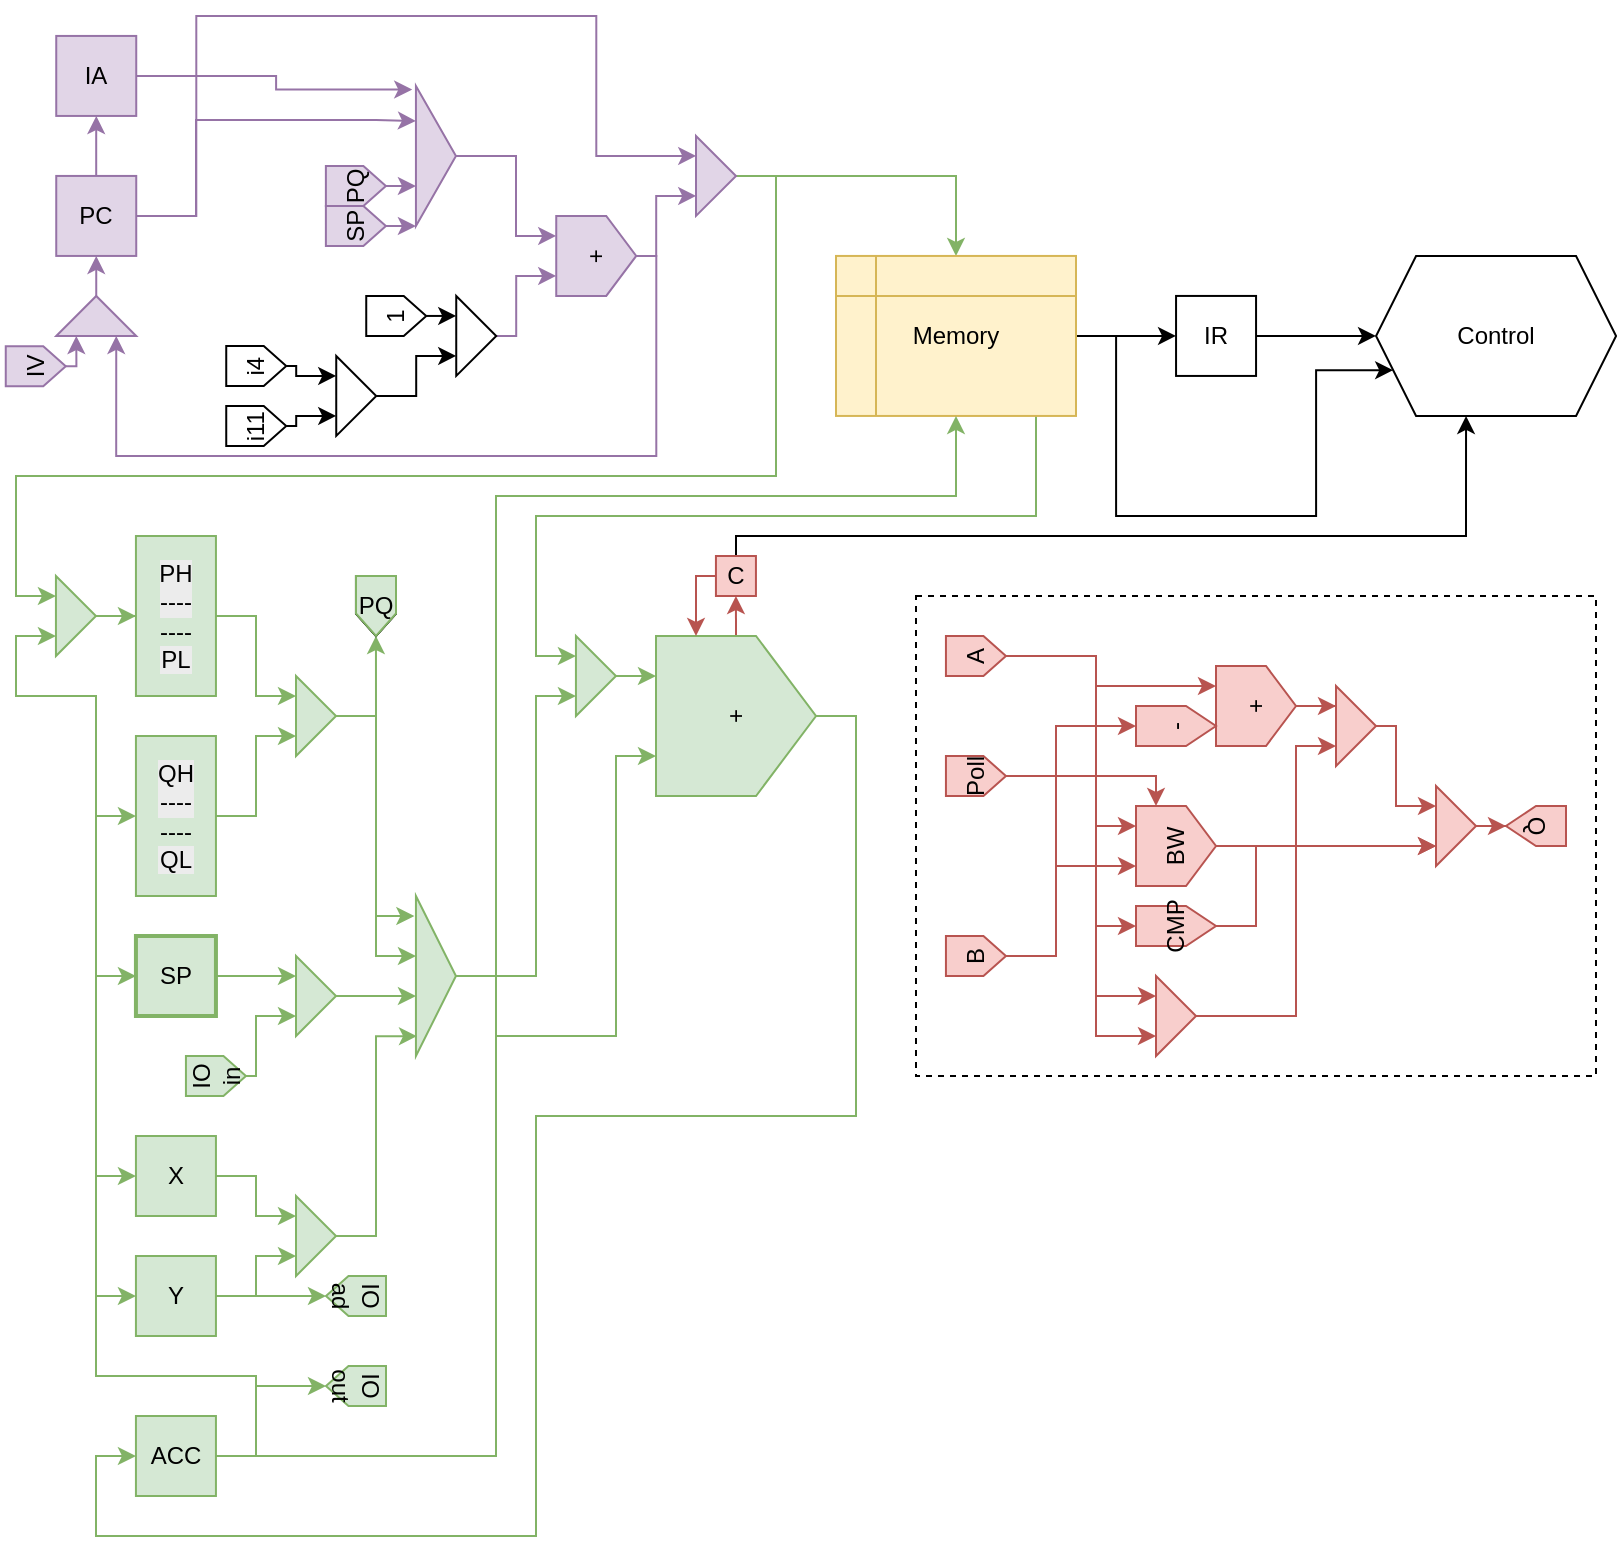
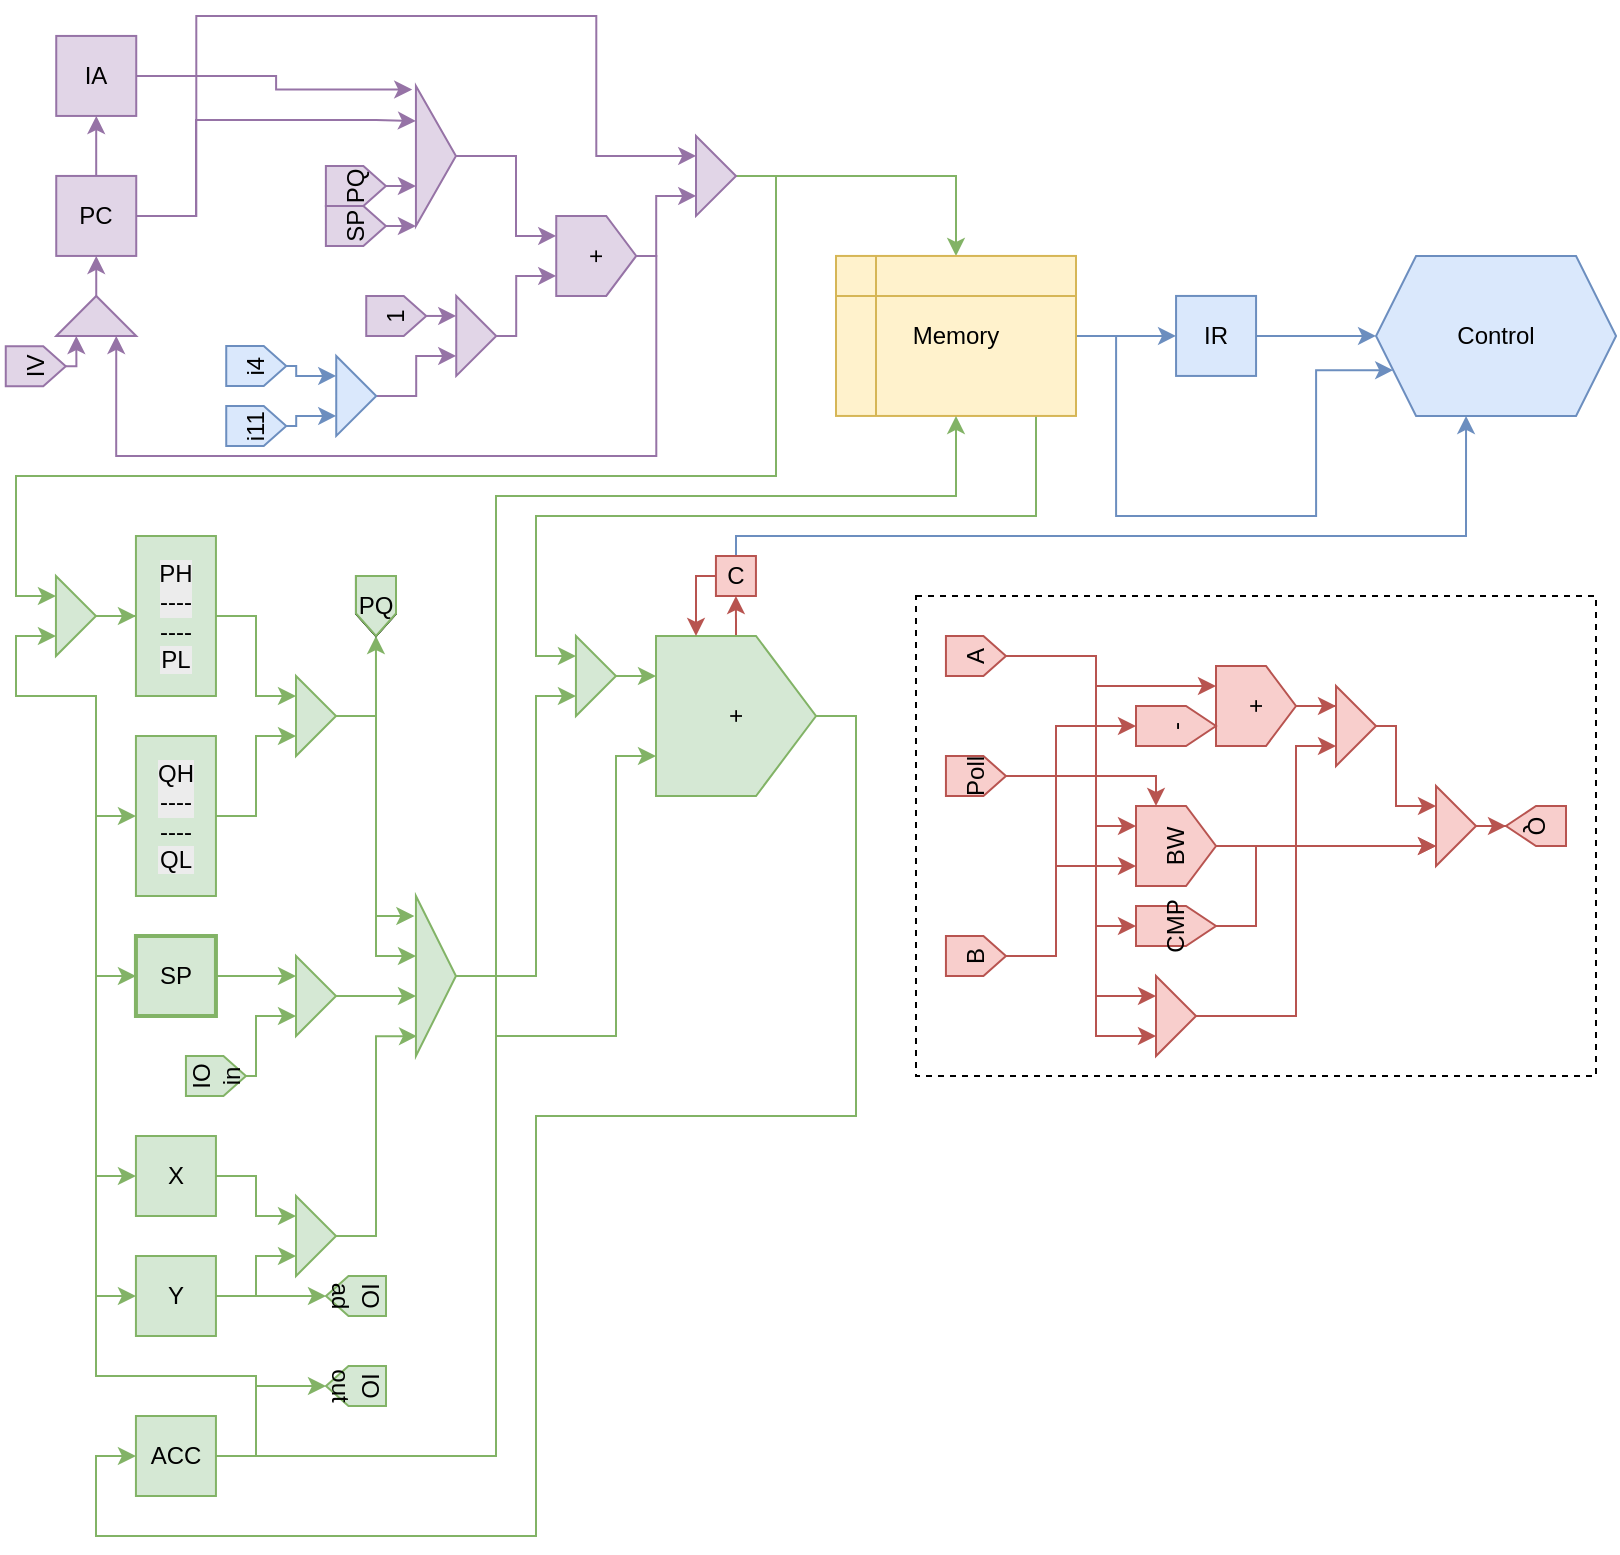
<mxfile host="Electron" agent="Mozilla/5.0 (X11; Linux x86_64) AppleWebKit/537.36 (KHTML, like Gecko) draw.io/29.3.0 Chrome/140.0.7339.249 Electron/38.7.2 Safari/537.36">
  <diagram name="Page-1" id="0T1cLrqxyrK2IeihXZ0G">
-     <mxGraphModel dx="673" dy="724" grid="1" gridSize="10" guides="1" tooltips="1" connect="1" arrows="1" fold="1" page="1" pageScale="1" pageWidth="850" pageHeight="1100" math="0" shadow="0">
+     <mxGraphModel dx="1414" dy="856" grid="1" gridSize="10" guides="1" tooltips="1" connect="1" arrows="1" fold="1" page="1" pageScale="1" pageWidth="850" pageHeight="1100" math="0" shadow="0">
      <root>
        <mxCell id="0" />
        <mxCell id="1" parent="0" />
        <mxCell id="RSVoAMM-YCQZnjBwv_DF-35" parent="1" style="rounded=0;whiteSpace=wrap;html=1;dashed=1;fillColor=none;" value="" vertex="1">
          <mxGeometry height="240" width="340" x="490" y="310" as="geometry" />
        </mxCell>
        <mxCell id="1icYn6jTHXc3_Vs5W4Qy-4" edge="1" parent="1" source="1icYn6jTHXc3_Vs5W4Qy-2" style="edgeStyle=orthogonalEdgeStyle;rounded=0;orthogonalLoop=1;jettySize=auto;html=1;fillColor=#e1d5e7;strokeColor=#9673a6;">
          <mxGeometry relative="1" as="geometry">
            <mxPoint x="80.15" y="70" as="targetPoint" />
          </mxGeometry>
        </mxCell>
        <mxCell id="-Gi4aZ1G2hrnsYfgi-0J-2" edge="1" parent="1" source="1icYn6jTHXc3_Vs5W4Qy-2" style="edgeStyle=orthogonalEdgeStyle;rounded=0;orthogonalLoop=1;jettySize=auto;html=1;exitX=1;exitY=0.5;exitDx=0;exitDy=0;entryX=0;entryY=0.25;entryDx=0;entryDy=0;fillColor=#e1d5e7;strokeColor=#9673a6;" target="-Gi4aZ1G2hrnsYfgi-0J-6">
          <mxGeometry relative="1" as="geometry">
            <Array as="points">
              <mxPoint x="130" y="120" />
              <mxPoint x="130" y="72" />
              <mxPoint x="220" y="72" />
            </Array>
            <mxPoint x="200.12" y="69.97000000000003" as="targetPoint" />
          </mxGeometry>
        </mxCell>
        <mxCell id="1icYn6jTHXc3_Vs5W4Qy-2" parent="1" style="whiteSpace=wrap;html=1;aspect=fixed;fillColor=#e1d5e7;strokeColor=#9673a6;" value="PC" vertex="1">
          <mxGeometry height="40" width="40" x="60.12" y="99.97" as="geometry" />
        </mxCell>
        <mxCell id="-Gi4aZ1G2hrnsYfgi-0J-3" edge="1" parent="1" source="1icYn6jTHXc3_Vs5W4Qy-3" style="edgeStyle=orthogonalEdgeStyle;rounded=0;orthogonalLoop=1;jettySize=auto;html=1;exitX=1;exitY=0.5;exitDx=0;exitDy=0;entryX=-0.093;entryY=0.026;entryDx=0;entryDy=0;entryPerimeter=0;fillColor=#e1d5e7;strokeColor=#9673a6;" target="-Gi4aZ1G2hrnsYfgi-0J-6">
          <mxGeometry relative="1" as="geometry">
            <mxPoint x="200.12" y="49.97000000000003" as="targetPoint" />
          </mxGeometry>
        </mxCell>
        <mxCell id="1icYn6jTHXc3_Vs5W4Qy-3" parent="1" style="whiteSpace=wrap;html=1;aspect=fixed;fillColor=#e1d5e7;strokeColor=#9673a6;" value="IA" vertex="1">
          <mxGeometry height="40" width="40" x="60.12" y="29.97" as="geometry" />
        </mxCell>
        <mxCell id="1icYn6jTHXc3_Vs5W4Qy-6" edge="1" parent="1" source="RSVoAMM-YCQZnjBwv_DF-5" style="edgeStyle=orthogonalEdgeStyle;rounded=0;orthogonalLoop=1;jettySize=auto;html=1;entryX=0.5;entryY=1;entryDx=0;entryDy=0;exitX=1;exitY=0.5;exitDx=0;exitDy=0;fillColor=#e1d5e7;strokeColor=#9673a6;" target="1icYn6jTHXc3_Vs5W4Qy-2">
          <mxGeometry relative="1" as="geometry">
            <mxPoint x="80.13000500250135" y="159.97500250125063" as="sourcePoint" />
          </mxGeometry>
        </mxCell>
        <mxCell id="1icYn6jTHXc3_Vs5W4Qy-13" edge="1" parent="1" source="-Gi4aZ1G2hrnsYfgi-0J-6" style="edgeStyle=orthogonalEdgeStyle;rounded=0;orthogonalLoop=1;jettySize=auto;html=1;entryX=0.75;entryY=0;entryDx=0;entryDy=0;fillColor=#e1d5e7;strokeColor=#9673a6;exitX=1;exitY=0.5;exitDx=0;exitDy=0;" target="1icYn6jTHXc3_Vs5W4Qy-12">
          <mxGeometry relative="1" as="geometry">
            <Array as="points">
              <mxPoint x="260" y="90" />
              <mxPoint x="290" y="90" />
              <mxPoint x="290" y="130" />
            </Array>
            <mxPoint x="280.0899999999999" y="90" as="sourcePoint" />
          </mxGeometry>
        </mxCell>
        <mxCell id="1icYn6jTHXc3_Vs5W4Qy-33" edge="1" parent="1" source="1icYn6jTHXc3_Vs5W4Qy-2" style="edgeStyle=orthogonalEdgeStyle;rounded=0;orthogonalLoop=1;jettySize=auto;html=1;exitX=1;exitY=0.5;exitDx=0;exitDy=0;entryX=0;entryY=0.25;entryDx=0;entryDy=0;fillColor=#e1d5e7;strokeColor=#9673a6;">
          <mxGeometry relative="1" as="geometry">
            <Array as="points">
              <mxPoint x="130.15" y="120" />
              <mxPoint x="130.15" y="20" />
              <mxPoint x="330.15" y="20" />
              <mxPoint x="330.15" y="90" />
            </Array>
            <mxPoint x="380.12" y="89.97000000000003" as="targetPoint" />
          </mxGeometry>
        </mxCell>
        <mxCell id="1icYn6jTHXc3_Vs5W4Qy-32" edge="1" parent="1" source="1icYn6jTHXc3_Vs5W4Qy-12" style="edgeStyle=orthogonalEdgeStyle;rounded=0;orthogonalLoop=1;jettySize=auto;html=1;entryX=0;entryY=0.75;entryDx=0;entryDy=0;fillColor=#e1d5e7;strokeColor=#9673a6;">
          <mxGeometry relative="1" as="geometry">
            <Array as="points">
              <mxPoint x="360.12" y="139.97" />
              <mxPoint x="360.12" y="109.97" />
            </Array>
            <mxPoint x="380.12" y="109.97000000000003" as="targetPoint" />
          </mxGeometry>
        </mxCell>
        <mxCell id="-Gi4aZ1G2hrnsYfgi-0J-4" edge="1" parent="1" source="1icYn6jTHXc3_Vs5W4Qy-12" style="edgeStyle=orthogonalEdgeStyle;rounded=0;orthogonalLoop=1;jettySize=auto;html=1;exitX=0.5;exitY=1;exitDx=0;exitDy=0;entryX=0;entryY=0.75;entryDx=0;entryDy=0;fillColor=#e1d5e7;strokeColor=#9673a6;" target="RSVoAMM-YCQZnjBwv_DF-5">
          <mxGeometry relative="1" as="geometry">
            <Array as="points">
              <mxPoint x="360.15" y="140" />
              <mxPoint x="360.15" y="240" />
              <mxPoint x="90.15" y="240" />
            </Array>
          </mxGeometry>
        </mxCell>
        <mxCell id="1icYn6jTHXc3_Vs5W4Qy-12" parent="1" style="shape=offPageConnector;whiteSpace=wrap;html=1;rotation=-90;fillColor=#e1d5e7;strokeColor=#9673a6;" value="+" vertex="1">
          <mxGeometry height="40" width="40" x="310.12" y="119.97" as="geometry" />
        </mxCell>
        <mxCell id="1icYn6jTHXc3_Vs5W4Qy-15" edge="1" parent="1" source="1icYn6jTHXc3_Vs5W4Qy-14" style="edgeStyle=orthogonalEdgeStyle;rounded=0;orthogonalLoop=1;jettySize=auto;html=1;exitX=0.5;exitY=1;exitDx=0;exitDy=0;entryX=0;entryY=0.25;entryDx=0;entryDy=0;fillColor=#e1d5e7;strokeColor=#9673a6;">
          <mxGeometry relative="1" as="geometry">
            <mxPoint x="239.97" y="105" as="targetPoint" />
          </mxGeometry>
        </mxCell>
        <mxCell id="1icYn6jTHXc3_Vs5W4Qy-14" parent="1" style="shape=offPageConnector;whiteSpace=wrap;html=1;rotation=-90;fillColor=#e1d5e7;strokeColor=#9673a6;" value="PQ" vertex="1">
          <mxGeometry height="30" width="20" x="199.94" y="89.97" as="geometry" />
        </mxCell>
        <mxCell id="1icYn6jTHXc3_Vs5W4Qy-17" edge="1" parent="1" source="1icYn6jTHXc3_Vs5W4Qy-16" style="edgeStyle=orthogonalEdgeStyle;rounded=0;orthogonalLoop=1;jettySize=auto;html=1;exitX=0.5;exitY=1;exitDx=0;exitDy=0;entryX=0;entryY=0.75;entryDx=0;entryDy=0;fillColor=#e1d5e7;strokeColor=#9673a6;">
          <mxGeometry relative="1" as="geometry">
            <mxPoint x="239.97" y="125" as="targetPoint" />
          </mxGeometry>
        </mxCell>
        <mxCell id="1icYn6jTHXc3_Vs5W4Qy-16" parent="1" style="shape=offPageConnector;whiteSpace=wrap;html=1;rotation=-90;fillColor=#e1d5e7;strokeColor=#9673a6;" value="SP" vertex="1">
          <mxGeometry height="30" width="20" x="199.94" y="109.97" as="geometry" />
        </mxCell>
        <mxCell id="1icYn6jTHXc3_Vs5W4Qy-19" edge="1" parent="1" source="1icYn6jTHXc3_Vs5W4Qy-18" style="edgeStyle=orthogonalEdgeStyle;rounded=0;orthogonalLoop=1;jettySize=auto;html=1;entryX=0.25;entryY=0;entryDx=0;entryDy=0;fillColor=#e1d5e7;strokeColor=#9673a6;" target="1icYn6jTHXc3_Vs5W4Qy-12">
          <mxGeometry relative="1" as="geometry">
            <Array as="points">
              <mxPoint x="290.12" y="179.97" />
              <mxPoint x="290.12" y="149.97" />
            </Array>
          </mxGeometry>
        </mxCell>
-         <mxCell id="1icYn6jTHXc3_Vs5W4Qy-18" parent="1" style="triangle;whiteSpace=wrap;html=1;" value="" vertex="1">
+         <mxCell id="1icYn6jTHXc3_Vs5W4Qy-18" parent="1" style="triangle;whiteSpace=wrap;html=1;fillColor=#e1d5e7;strokeColor=#9673a6;" value="" vertex="1">
          <mxGeometry height="40" width="20" x="260.12" y="159.97" as="geometry" />
        </mxCell>
-         <mxCell id="1icYn6jTHXc3_Vs5W4Qy-21" edge="1" parent="1" source="1icYn6jTHXc3_Vs5W4Qy-20" style="edgeStyle=orthogonalEdgeStyle;rounded=0;orthogonalLoop=1;jettySize=auto;html=1;exitX=0.5;exitY=1;exitDx=0;exitDy=0;entryX=0;entryY=0.25;entryDx=0;entryDy=0;" target="1icYn6jTHXc3_Vs5W4Qy-18">
-           <mxGeometry relative="1" as="geometry" />
-         </mxCell>
-         <mxCell id="1icYn6jTHXc3_Vs5W4Qy-20" parent="1" style="shape=offPageConnector;whiteSpace=wrap;html=1;rotation=-90;" value="1" vertex="1">
+         <mxCell id="1icYn6jTHXc3_Vs5W4Qy-21" edge="1" parent="1" source="1icYn6jTHXc3_Vs5W4Qy-20" style="edgeStyle=orthogonalEdgeStyle;rounded=0;orthogonalLoop=1;jettySize=auto;html=1;exitX=0.5;exitY=1;exitDx=0;exitDy=0;entryX=0;entryY=0.25;entryDx=0;entryDy=0;fillColor=#e1d5e7;strokeColor=#9673a6;" target="1icYn6jTHXc3_Vs5W4Qy-18">
+           <mxGeometry relative="1" as="geometry" />
+         </mxCell>
+         <mxCell id="1icYn6jTHXc3_Vs5W4Qy-20" parent="1" style="shape=offPageConnector;whiteSpace=wrap;html=1;rotation=-90;fillColor=#e1d5e7;strokeColor=#9673a6;" value="1" vertex="1">
          <mxGeometry height="30" width="20" x="220.12" y="154.97" as="geometry" />
        </mxCell>
-         <mxCell id="1icYn6jTHXc3_Vs5W4Qy-24" edge="1" parent="1" source="1icYn6jTHXc3_Vs5W4Qy-23" style="edgeStyle=orthogonalEdgeStyle;rounded=0;orthogonalLoop=1;jettySize=auto;html=1;entryX=0;entryY=0.75;entryDx=0;entryDy=0;" target="1icYn6jTHXc3_Vs5W4Qy-18">
-           <mxGeometry relative="1" as="geometry" />
-         </mxCell>
-         <mxCell id="1icYn6jTHXc3_Vs5W4Qy-23" parent="1" style="triangle;whiteSpace=wrap;html=1;" value="" vertex="1">
+         <mxCell id="1icYn6jTHXc3_Vs5W4Qy-24" edge="1" parent="1" source="1icYn6jTHXc3_Vs5W4Qy-23" style="edgeStyle=orthogonalEdgeStyle;rounded=0;orthogonalLoop=1;jettySize=auto;html=1;entryX=0;entryY=0.75;entryDx=0;entryDy=0;fillColor=#e1d5e7;strokeColor=#9673a6;" target="1icYn6jTHXc3_Vs5W4Qy-18">
+           <mxGeometry relative="1" as="geometry" />
+         </mxCell>
+         <mxCell id="1icYn6jTHXc3_Vs5W4Qy-23" parent="1" style="triangle;whiteSpace=wrap;html=1;fillColor=#dae8fc;strokeColor=#6c8ebf;" value="" vertex="1">
          <mxGeometry height="40" width="20" x="200.12" y="189.97" as="geometry" />
        </mxCell>
-         <mxCell id="1icYn6jTHXc3_Vs5W4Qy-26" edge="1" parent="1" source="1icYn6jTHXc3_Vs5W4Qy-25" style="edgeStyle=orthogonalEdgeStyle;rounded=0;orthogonalLoop=1;jettySize=auto;html=1;">
+         <mxCell id="1icYn6jTHXc3_Vs5W4Qy-26" edge="1" parent="1" source="1icYn6jTHXc3_Vs5W4Qy-25" style="edgeStyle=orthogonalEdgeStyle;rounded=0;orthogonalLoop=1;jettySize=auto;html=1;fillColor=#dae8fc;strokeColor=#6c8ebf;">
          <mxGeometry relative="1" as="geometry">
            <Array as="points">
              <mxPoint x="180.12" y="194.97" />
              <mxPoint x="180.12" y="199.97" />
            </Array>
            <mxPoint x="200.12" y="199.97" as="targetPoint" />
          </mxGeometry>
        </mxCell>
-         <mxCell id="1icYn6jTHXc3_Vs5W4Qy-25" parent="1" style="shape=offPageConnector;whiteSpace=wrap;html=1;rotation=-90;" value="i4" vertex="1">
+         <mxCell id="1icYn6jTHXc3_Vs5W4Qy-25" parent="1" style="shape=offPageConnector;whiteSpace=wrap;html=1;rotation=-90;fillColor=#dae8fc;strokeColor=#6c8ebf;" value="i4" vertex="1">
          <mxGeometry height="30" width="20" x="150.12" y="179.97" as="geometry" />
        </mxCell>
-         <mxCell id="1icYn6jTHXc3_Vs5W4Qy-28" edge="1" parent="1" source="1icYn6jTHXc3_Vs5W4Qy-27" style="edgeStyle=orthogonalEdgeStyle;rounded=0;orthogonalLoop=1;jettySize=auto;html=1;entryX=0;entryY=0.75;entryDx=0;entryDy=0;" target="1icYn6jTHXc3_Vs5W4Qy-23">
+         <mxCell id="1icYn6jTHXc3_Vs5W4Qy-28" edge="1" parent="1" source="1icYn6jTHXc3_Vs5W4Qy-27" style="edgeStyle=orthogonalEdgeStyle;rounded=0;orthogonalLoop=1;jettySize=auto;html=1;entryX=0;entryY=0.75;entryDx=0;entryDy=0;fillColor=#dae8fc;strokeColor=#6c8ebf;" target="1icYn6jTHXc3_Vs5W4Qy-23">
          <mxGeometry relative="1" as="geometry">
            <Array as="points">
              <mxPoint x="180.12" y="224.97" />
              <mxPoint x="180.12" y="219.97" />
            </Array>
          </mxGeometry>
        </mxCell>
-         <mxCell id="1icYn6jTHXc3_Vs5W4Qy-27" parent="1" style="shape=offPageConnector;whiteSpace=wrap;html=1;rotation=-90;" value="i11" vertex="1">
+         <mxCell id="1icYn6jTHXc3_Vs5W4Qy-27" parent="1" style="shape=offPageConnector;whiteSpace=wrap;html=1;rotation=-90;fillColor=#dae8fc;strokeColor=#6c8ebf;" value="i11" vertex="1">
          <mxGeometry height="30" width="20" x="150.12" y="209.97" as="geometry" />
        </mxCell>
        <mxCell id="1icYn6jTHXc3_Vs5W4Qy-29" parent="1" style="shape=offPageConnector;whiteSpace=wrap;html=1;rotation=-90;fillColor=#e1d5e7;strokeColor=#9673a6;" value="IV" vertex="1">
          <mxGeometry height="30" width="20" x="39.88" y="180.09" as="geometry" />
        </mxCell>
        <mxCell id="1icYn6jTHXc3_Vs5W4Qy-30" edge="1" parent="1" source="1icYn6jTHXc3_Vs5W4Qy-29" style="edgeStyle=orthogonalEdgeStyle;rounded=0;orthogonalLoop=1;jettySize=auto;html=1;fillColor=#e1d5e7;strokeColor=#9673a6;">
          <mxGeometry relative="1" as="geometry">
            <Array as="points">
              <mxPoint x="69.91" y="195.12" />
            </Array>
            <mxPoint x="70.15" y="180" as="targetPoint" />
          </mxGeometry>
        </mxCell>
        <mxCell id="1icYn6jTHXc3_Vs5W4Qy-37" edge="1" parent="1" source="1icYn6jTHXc3_Vs5W4Qy-31" style="edgeStyle=orthogonalEdgeStyle;rounded=0;orthogonalLoop=1;jettySize=auto;html=1;fillColor=#d5e8d4;strokeColor=#82b366;" target="1icYn6jTHXc3_Vs5W4Qy-36">
          <mxGeometry relative="1" as="geometry">
            <Array as="points">
              <mxPoint x="510" y="99.97" />
            </Array>
          </mxGeometry>
        </mxCell>
        <mxCell id="-Gi4aZ1G2hrnsYfgi-0J-5" edge="1" parent="1" source="1icYn6jTHXc3_Vs5W4Qy-31" style="edgeStyle=orthogonalEdgeStyle;rounded=0;orthogonalLoop=1;jettySize=auto;html=1;entryX=0;entryY=0.25;entryDx=0;entryDy=0;fillColor=#d5e8d4;strokeColor=#82b366;" target="1icYn6jTHXc3_Vs5W4Qy-49">
          <mxGeometry relative="1" as="geometry">
            <Array as="points">
              <mxPoint x="420" y="100" />
              <mxPoint x="420" y="250" />
              <mxPoint x="40" y="250" />
              <mxPoint x="40" y="310" />
            </Array>
          </mxGeometry>
        </mxCell>
        <mxCell id="1icYn6jTHXc3_Vs5W4Qy-31" parent="1" style="triangle;whiteSpace=wrap;html=1;fillColor=#e1d5e7;strokeColor=#9673a6;" value="" vertex="1">
          <mxGeometry height="40" width="20" x="380" y="79.97" as="geometry" />
        </mxCell>
-         <mxCell id="1icYn6jTHXc3_Vs5W4Qy-39" edge="1" parent="1" source="1icYn6jTHXc3_Vs5W4Qy-36" style="edgeStyle=orthogonalEdgeStyle;rounded=0;orthogonalLoop=1;jettySize=auto;html=1;entryX=0;entryY=0.5;entryDx=0;entryDy=0;" target="1icYn6jTHXc3_Vs5W4Qy-38">
-           <mxGeometry relative="1" as="geometry" />
-         </mxCell>
-         <mxCell id="1icYn6jTHXc3_Vs5W4Qy-41" edge="1" parent="1" source="1icYn6jTHXc3_Vs5W4Qy-36" style="edgeStyle=orthogonalEdgeStyle;rounded=0;orthogonalLoop=1;jettySize=auto;html=1;exitX=1;exitY=0.5;exitDx=0;exitDy=0;entryX=0;entryY=0.75;entryDx=0;entryDy=0;" target="1icYn6jTHXc3_Vs5W4Qy-40">
+         <mxCell id="1icYn6jTHXc3_Vs5W4Qy-39" edge="1" parent="1" source="1icYn6jTHXc3_Vs5W4Qy-36" style="edgeStyle=orthogonalEdgeStyle;rounded=0;orthogonalLoop=1;jettySize=auto;html=1;entryX=0;entryY=0.5;entryDx=0;entryDy=0;fillColor=#dae8fc;strokeColor=#6c8ebf;" target="1icYn6jTHXc3_Vs5W4Qy-38">
+           <mxGeometry relative="1" as="geometry" />
+         </mxCell>
+         <mxCell id="1icYn6jTHXc3_Vs5W4Qy-41" edge="1" parent="1" source="1icYn6jTHXc3_Vs5W4Qy-36" style="edgeStyle=orthogonalEdgeStyle;rounded=0;orthogonalLoop=1;jettySize=auto;html=1;exitX=1;exitY=0.5;exitDx=0;exitDy=0;entryX=0;entryY=0.75;entryDx=0;entryDy=0;fillColor=#dae8fc;strokeColor=#6c8ebf;" target="1icYn6jTHXc3_Vs5W4Qy-40">
          <mxGeometry relative="1" as="geometry">
            <Array as="points">
              <mxPoint x="590.03" y="180" />
              <mxPoint x="590.03" y="270" />
              <mxPoint x="690.03" y="270" />
              <mxPoint x="690.03" y="197" />
            </Array>
          </mxGeometry>
        </mxCell>
        <mxCell id="1icYn6jTHXc3_Vs5W4Qy-92" edge="1" parent="1" source="1icYn6jTHXc3_Vs5W4Qy-36" style="edgeStyle=orthogonalEdgeStyle;rounded=0;orthogonalLoop=1;jettySize=auto;html=1;exitX=1;exitY=0.5;exitDx=0;exitDy=0;entryX=0;entryY=0.25;entryDx=0;entryDy=0;fillColor=#d5e8d4;strokeColor=#82b366;" target="1icYn6jTHXc3_Vs5W4Qy-89">
          <mxGeometry relative="1" as="geometry">
            <Array as="points">
              <mxPoint x="550" y="180" />
              <mxPoint x="550" y="270" />
              <mxPoint x="300" y="270" />
              <mxPoint x="300" y="340" />
            </Array>
          </mxGeometry>
        </mxCell>
        <mxCell id="1icYn6jTHXc3_Vs5W4Qy-36" parent="1" style="shape=internalStorage;whiteSpace=wrap;html=1;backgroundOutline=1;fillColor=#fff2cc;strokeColor=#d6b656;" value="Memory" vertex="1">
          <mxGeometry height="80" width="120" x="450" y="139.97" as="geometry" />
        </mxCell>
-         <mxCell id="1icYn6jTHXc3_Vs5W4Qy-43" edge="1" parent="1" source="1icYn6jTHXc3_Vs5W4Qy-38" style="edgeStyle=orthogonalEdgeStyle;rounded=0;orthogonalLoop=1;jettySize=auto;html=1;entryX=0;entryY=0.5;entryDx=0;entryDy=0;" target="1icYn6jTHXc3_Vs5W4Qy-40">
-           <mxGeometry relative="1" as="geometry" />
-         </mxCell>
-         <mxCell id="1icYn6jTHXc3_Vs5W4Qy-38" parent="1" style="whiteSpace=wrap;html=1;aspect=fixed;" value="IR" vertex="1">
+         <mxCell id="1icYn6jTHXc3_Vs5W4Qy-43" edge="1" parent="1" source="1icYn6jTHXc3_Vs5W4Qy-38" style="edgeStyle=orthogonalEdgeStyle;rounded=0;orthogonalLoop=1;jettySize=auto;html=1;entryX=0;entryY=0.5;entryDx=0;entryDy=0;fillColor=#dae8fc;strokeColor=#6c8ebf;" target="1icYn6jTHXc3_Vs5W4Qy-40">
+           <mxGeometry relative="1" as="geometry" />
+         </mxCell>
+         <mxCell id="1icYn6jTHXc3_Vs5W4Qy-38" parent="1" style="whiteSpace=wrap;html=1;aspect=fixed;fillColor=#dae8fc;strokeColor=#6c8ebf;" value="IR" vertex="1">
          <mxGeometry height="40" width="40" x="620.03" y="159.97" as="geometry" />
        </mxCell>
-         <mxCell id="1icYn6jTHXc3_Vs5W4Qy-40" parent="1" style="shape=hexagon;perimeter=hexagonPerimeter2;whiteSpace=wrap;html=1;fixedSize=1;" value="Control" vertex="1">
+         <mxCell id="1icYn6jTHXc3_Vs5W4Qy-40" parent="1" style="shape=hexagon;perimeter=hexagonPerimeter2;whiteSpace=wrap;html=1;fixedSize=1;fillColor=#dae8fc;strokeColor=#6c8ebf;" value="Control" vertex="1">
          <mxGeometry height="80" width="120" x="720.03" y="139.97" as="geometry" />
        </mxCell>
        <mxCell id="1icYn6jTHXc3_Vs5W4Qy-55" edge="1" parent="1" source="1icYn6jTHXc3_Vs5W4Qy-47" style="edgeStyle=orthogonalEdgeStyle;rounded=0;orthogonalLoop=1;jettySize=auto;html=1;exitX=1;exitY=0.5;exitDx=0;exitDy=0;entryX=0;entryY=0.25;entryDx=0;entryDy=0;fillColor=#d5e8d4;strokeColor=#82b366;" target="1icYn6jTHXc3_Vs5W4Qy-54">
          <mxGeometry relative="1" as="geometry">
            <Array as="points">
              <mxPoint x="160" y="320" />
              <mxPoint x="160" y="360" />
            </Array>
          </mxGeometry>
        </mxCell>
        <mxCell id="1icYn6jTHXc3_Vs5W4Qy-47" parent="1" style="rounded=0;whiteSpace=wrap;html=1;fillColor=#d5e8d4;strokeColor=#82b366;" value="&lt;span style=&quot;color: rgb(0, 0, 0); font-family: Helvetica; font-size: 12px; font-style: normal; font-variant-ligatures: normal; font-variant-caps: normal; font-weight: 400; letter-spacing: normal; orphans: 2; text-align: center; text-indent: 0px; text-transform: none; widows: 2; word-spacing: 0px; -webkit-text-stroke-width: 0px; white-space: normal; background-color: rgb(236, 236, 236); text-decoration-thickness: initial; text-decoration-style: initial; text-decoration-color: initial; display: inline !important; float: none;&quot;&gt;PH&lt;/span&gt;&lt;div style=&quot;forced-color-adjust: none; color: rgb(0, 0, 0); font-family: Helvetica; font-size: 12px; font-style: normal; font-variant-ligatures: normal; font-variant-caps: normal; font-weight: 400; letter-spacing: normal; orphans: 2; text-align: center; text-indent: 0px; text-transform: none; widows: 2; word-spacing: 0px; -webkit-text-stroke-width: 0px; white-space: normal; background-color: rgb(236, 236, 236); text-decoration-thickness: initial; text-decoration-style: initial; text-decoration-color: initial;&quot;&gt;----&lt;/div&gt;----&lt;div style=&quot;forced-color-adjust: none; color: rgb(0, 0, 0); font-family: Helvetica; font-size: 12px; font-style: normal; font-variant-ligatures: normal; font-variant-caps: normal; font-weight: 400; letter-spacing: normal; orphans: 2; text-align: center; text-indent: 0px; text-transform: none; widows: 2; word-spacing: 0px; -webkit-text-stroke-width: 0px; white-space: normal; background-color: rgb(236, 236, 236); text-decoration-thickness: initial; text-decoration-style: initial; text-decoration-color: initial;&quot;&gt;PL&lt;/div&gt;" vertex="1">
          <mxGeometry height="80" width="40" x="99.97" y="280" as="geometry" />
        </mxCell>
        <mxCell id="1icYn6jTHXc3_Vs5W4Qy-50" edge="1" parent="1" source="1icYn6jTHXc3_Vs5W4Qy-49" style="edgeStyle=orthogonalEdgeStyle;rounded=0;orthogonalLoop=1;jettySize=auto;html=1;entryX=0;entryY=0.5;entryDx=0;entryDy=0;fillColor=#d5e8d4;strokeColor=#82b366;" target="1icYn6jTHXc3_Vs5W4Qy-47">
          <mxGeometry relative="1" as="geometry" />
        </mxCell>
        <mxCell id="1icYn6jTHXc3_Vs5W4Qy-49" parent="1" style="triangle;whiteSpace=wrap;html=1;fillColor=#d5e8d4;strokeColor=#82b366;" value="" vertex="1">
          <mxGeometry height="40" width="20" x="59.97" y="300" as="geometry" />
        </mxCell>
        <mxCell id="1icYn6jTHXc3_Vs5W4Qy-56" edge="1" parent="1" source="1icYn6jTHXc3_Vs5W4Qy-53" style="edgeStyle=orthogonalEdgeStyle;rounded=0;orthogonalLoop=1;jettySize=auto;html=1;entryX=0;entryY=0.75;entryDx=0;entryDy=0;fillColor=#d5e8d4;strokeColor=#82b366;" target="1icYn6jTHXc3_Vs5W4Qy-54">
          <mxGeometry relative="1" as="geometry" />
        </mxCell>
        <mxCell id="1icYn6jTHXc3_Vs5W4Qy-53" parent="1" style="rounded=0;whiteSpace=wrap;html=1;fillColor=#d5e8d4;strokeColor=#82b366;" value="&lt;span style=&quot;color: rgb(0, 0, 0); font-family: Helvetica; font-size: 12px; font-style: normal; font-variant-ligatures: normal; font-variant-caps: normal; font-weight: 400; letter-spacing: normal; orphans: 2; text-align: center; text-indent: 0px; text-transform: none; widows: 2; word-spacing: 0px; -webkit-text-stroke-width: 0px; white-space: normal; background-color: rgb(236, 236, 236); text-decoration-thickness: initial; text-decoration-style: initial; text-decoration-color: initial; display: inline !important; float: none;&quot;&gt;QH&lt;/span&gt;&lt;div style=&quot;forced-color-adjust: none; color: rgb(0, 0, 0); font-family: Helvetica; font-size: 12px; font-style: normal; font-variant-ligatures: normal; font-variant-caps: normal; font-weight: 400; letter-spacing: normal; orphans: 2; text-align: center; text-indent: 0px; text-transform: none; widows: 2; word-spacing: 0px; -webkit-text-stroke-width: 0px; white-space: normal; background-color: rgb(236, 236, 236); text-decoration-thickness: initial; text-decoration-style: initial; text-decoration-color: initial;&quot;&gt;----&lt;/div&gt;----&lt;div style=&quot;forced-color-adjust: none; color: rgb(0, 0, 0); font-family: Helvetica; font-size: 12px; font-style: normal; font-variant-ligatures: normal; font-variant-caps: normal; font-weight: 400; letter-spacing: normal; orphans: 2; text-align: center; text-indent: 0px; text-transform: none; widows: 2; word-spacing: 0px; -webkit-text-stroke-width: 0px; white-space: normal; background-color: rgb(236, 236, 236); text-decoration-thickness: initial; text-decoration-style: initial; text-decoration-color: initial;&quot;&gt;QL&lt;/div&gt;" vertex="1">
          <mxGeometry height="80" width="40" x="99.97" y="380" as="geometry" />
        </mxCell>
        <mxCell id="1icYn6jTHXc3_Vs5W4Qy-57" edge="1" parent="1" source="1icYn6jTHXc3_Vs5W4Qy-54" style="edgeStyle=orthogonalEdgeStyle;rounded=0;orthogonalLoop=1;jettySize=auto;html=1;entryX=0.5;entryY=1;entryDx=0;entryDy=0;fillColor=#d5e8d4;strokeColor=#82b366;" target="1icYn6jTHXc3_Vs5W4Qy-59">
          <mxGeometry relative="1" as="geometry">
            <mxPoint x="220" y="330" as="targetPoint" />
          </mxGeometry>
        </mxCell>
        <mxCell id="1icYn6jTHXc3_Vs5W4Qy-54" parent="1" style="triangle;whiteSpace=wrap;html=1;fillColor=#d5e8d4;strokeColor=#82b366;" value="" vertex="1">
          <mxGeometry height="40" width="20" x="180" y="350" as="geometry" />
        </mxCell>
        <mxCell id="1icYn6jTHXc3_Vs5W4Qy-59" parent="1" style="shape=offPageConnector;whiteSpace=wrap;html=1;rotation=0;" value="PQ" vertex="1">
          <mxGeometry height="30" width="20" x="209.97000000000003" y="300" as="geometry" />
        </mxCell>
        <mxCell id="1icYn6jTHXc3_Vs5W4Qy-91" edge="1" parent="1" source="1icYn6jTHXc3_Vs5W4Qy-60" style="edgeStyle=orthogonalEdgeStyle;rounded=0;orthogonalLoop=1;jettySize=auto;html=1;entryX=0;entryY=0.75;entryDx=0;entryDy=0;fillColor=#d5e8d4;strokeColor=#82b366;" target="1icYn6jTHXc3_Vs5W4Qy-89">
          <mxGeometry relative="1" as="geometry">
            <Array as="points">
              <mxPoint x="300" y="500" />
              <mxPoint x="300" y="360" />
            </Array>
          </mxGeometry>
        </mxCell>
        <mxCell id="1icYn6jTHXc3_Vs5W4Qy-60" parent="1" style="triangle;whiteSpace=wrap;html=1;rotation=0;fillColor=#d5e8d4;strokeColor=#82b366;" value="" vertex="1">
          <mxGeometry height="80" width="20" x="239.97000000000003" y="460" as="geometry" />
        </mxCell>
        <mxCell id="1icYn6jTHXc3_Vs5W4Qy-63" edge="1" parent="1" source="1icYn6jTHXc3_Vs5W4Qy-61" style="edgeStyle=orthogonalEdgeStyle;rounded=0;orthogonalLoop=1;jettySize=auto;html=1;entryX=0;entryY=0.25;entryDx=0;entryDy=0;fillColor=#d5e8d4;strokeColor=#82b366;" target="1icYn6jTHXc3_Vs5W4Qy-62">
          <mxGeometry relative="1" as="geometry" />
        </mxCell>
        <mxCell id="1icYn6jTHXc3_Vs5W4Qy-61" parent="1" style="whiteSpace=wrap;html=1;aspect=fixed;strokeWidth=2;fillColor=#d5e8d4;strokeColor=#82b366;" value="SP" vertex="1">
          <mxGeometry height="40" width="40" x="99.97" y="480" as="geometry" />
        </mxCell>
        <mxCell id="1icYn6jTHXc3_Vs5W4Qy-62" parent="1" style="triangle;whiteSpace=wrap;html=1;fillColor=#d5e8d4;strokeColor=#82b366;" value="" vertex="1">
          <mxGeometry height="40" width="20" x="180" y="490" as="geometry" />
        </mxCell>
        <mxCell id="1icYn6jTHXc3_Vs5W4Qy-64" parent="1" style="shape=offPageConnector;whiteSpace=wrap;html=1;rotation=0;" value="PQ" vertex="1">
          <mxGeometry height="30" width="20" x="210" y="300" as="geometry" />
        </mxCell>
        <mxCell id="1icYn6jTHXc3_Vs5W4Qy-66" edge="1" parent="1" source="1icYn6jTHXc3_Vs5W4Qy-65" style="edgeStyle=orthogonalEdgeStyle;rounded=0;orthogonalLoop=1;jettySize=auto;html=1;entryX=0;entryY=0.75;entryDx=0;entryDy=0;fillColor=#d5e8d4;strokeColor=#82b366;" target="1icYn6jTHXc3_Vs5W4Qy-62">
          <mxGeometry relative="1" as="geometry">
            <Array as="points">
              <mxPoint x="160" y="550" />
              <mxPoint x="160" y="520" />
            </Array>
          </mxGeometry>
        </mxCell>
        <mxCell id="1icYn6jTHXc3_Vs5W4Qy-65" parent="1" style="shape=offPageConnector;whiteSpace=wrap;html=1;rotation=-90;fillColor=#d5e8d4;strokeColor=#82b366;" value="IO&lt;div&gt;in&lt;/div&gt;" vertex="1">
          <mxGeometry height="30" width="20" x="129.97000000000003" y="535" as="geometry" />
        </mxCell>
        <mxCell id="1icYn6jTHXc3_Vs5W4Qy-71" edge="1" parent="1" source="1icYn6jTHXc3_Vs5W4Qy-67" style="edgeStyle=orthogonalEdgeStyle;rounded=0;orthogonalLoop=1;jettySize=auto;html=1;exitX=1;exitY=0.5;exitDx=0;exitDy=0;entryX=0;entryY=0.25;entryDx=0;entryDy=0;fillColor=#d5e8d4;strokeColor=#82b366;" target="1icYn6jTHXc3_Vs5W4Qy-69">
          <mxGeometry relative="1" as="geometry" />
        </mxCell>
        <mxCell id="1icYn6jTHXc3_Vs5W4Qy-67" parent="1" style="whiteSpace=wrap;html=1;aspect=fixed;fillColor=#d5e8d4;strokeColor=#82b366;" value="X" vertex="1">
          <mxGeometry height="40" width="40" x="99.97" y="580" as="geometry" />
        </mxCell>
        <mxCell id="1icYn6jTHXc3_Vs5W4Qy-70" edge="1" parent="1" source="1icYn6jTHXc3_Vs5W4Qy-68" style="edgeStyle=orthogonalEdgeStyle;rounded=0;orthogonalLoop=1;jettySize=auto;html=1;entryX=0;entryY=0.75;entryDx=0;entryDy=0;fillColor=#d5e8d4;strokeColor=#82b366;" target="1icYn6jTHXc3_Vs5W4Qy-69">
          <mxGeometry relative="1" as="geometry" />
        </mxCell>
        <mxCell id="1icYn6jTHXc3_Vs5W4Qy-79" edge="1" parent="1" source="1icYn6jTHXc3_Vs5W4Qy-68" style="edgeStyle=orthogonalEdgeStyle;rounded=0;orthogonalLoop=1;jettySize=auto;html=1;exitX=1;exitY=0.5;exitDx=0;exitDy=0;entryX=0.5;entryY=1;entryDx=0;entryDy=0;fillColor=#d5e8d4;strokeColor=#82b366;" target="1icYn6jTHXc3_Vs5W4Qy-78">
          <mxGeometry relative="1" as="geometry" />
        </mxCell>
        <mxCell id="1icYn6jTHXc3_Vs5W4Qy-68" parent="1" style="whiteSpace=wrap;html=1;aspect=fixed;fillColor=#d5e8d4;strokeColor=#82b366;" value="Y" vertex="1">
          <mxGeometry height="40" width="40" x="99.97" y="640" as="geometry" />
        </mxCell>
        <mxCell id="1icYn6jTHXc3_Vs5W4Qy-69" parent="1" style="triangle;whiteSpace=wrap;html=1;fillColor=#d5e8d4;strokeColor=#82b366;" value="" vertex="1">
          <mxGeometry height="40" width="20" x="180" y="610" as="geometry" />
        </mxCell>
        <mxCell id="1icYn6jTHXc3_Vs5W4Qy-72" edge="1" parent="1" source="1icYn6jTHXc3_Vs5W4Qy-62" style="edgeStyle=orthogonalEdgeStyle;rounded=0;orthogonalLoop=1;jettySize=auto;html=1;entryX=0.001;entryY=0.625;entryDx=0;entryDy=0;entryPerimeter=0;fillColor=#d5e8d4;strokeColor=#82b366;" target="1icYn6jTHXc3_Vs5W4Qy-60">
          <mxGeometry relative="1" as="geometry" />
        </mxCell>
        <mxCell id="1icYn6jTHXc3_Vs5W4Qy-73" edge="1" parent="1" source="1icYn6jTHXc3_Vs5W4Qy-69" style="edgeStyle=orthogonalEdgeStyle;rounded=0;orthogonalLoop=1;jettySize=auto;html=1;entryX=0.026;entryY=0.876;entryDx=0;entryDy=0;entryPerimeter=0;fillColor=#d5e8d4;strokeColor=#82b366;" target="1icYn6jTHXc3_Vs5W4Qy-60">
          <mxGeometry relative="1" as="geometry">
            <Array as="points">
              <mxPoint x="220" y="630" />
              <mxPoint x="220" y="530" />
            </Array>
          </mxGeometry>
        </mxCell>
        <mxCell id="1icYn6jTHXc3_Vs5W4Qy-74" edge="1" parent="1" source="1icYn6jTHXc3_Vs5W4Qy-54" style="edgeStyle=orthogonalEdgeStyle;rounded=0;orthogonalLoop=1;jettySize=auto;html=1;exitX=1;exitY=0.5;exitDx=0;exitDy=0;entryX=-0.039;entryY=0.125;entryDx=0;entryDy=0;entryPerimeter=0;fillColor=#d5e8d4;strokeColor=#82b366;" target="1icYn6jTHXc3_Vs5W4Qy-60">
          <mxGeometry relative="1" as="geometry" />
        </mxCell>
        <mxCell id="1icYn6jTHXc3_Vs5W4Qy-75" edge="1" parent="1" source="1icYn6jTHXc3_Vs5W4Qy-54" style="edgeStyle=orthogonalEdgeStyle;rounded=0;orthogonalLoop=1;jettySize=auto;html=1;entryX=0.001;entryY=0.375;entryDx=0;entryDy=0;entryPerimeter=0;fillColor=#d5e8d4;strokeColor=#82b366;" target="1icYn6jTHXc3_Vs5W4Qy-60">
          <mxGeometry relative="1" as="geometry" />
        </mxCell>
        <mxCell id="1icYn6jTHXc3_Vs5W4Qy-101" edge="1" parent="1" source="1icYn6jTHXc3_Vs5W4Qy-76" style="edgeStyle=orthogonalEdgeStyle;rounded=0;orthogonalLoop=1;jettySize=auto;html=1;exitX=1;exitY=0.5;exitDx=0;exitDy=0;entryX=0.5;entryY=1;entryDx=0;entryDy=0;fillColor=#f8cecc;strokeColor=#b85450;" target="1icYn6jTHXc3_Vs5W4Qy-98">
          <mxGeometry relative="1" as="geometry">
            <Array as="points" />
          </mxGeometry>
        </mxCell>
        <mxCell id="1icYn6jTHXc3_Vs5W4Qy-102" edge="1" parent="1" source="1icYn6jTHXc3_Vs5W4Qy-76" style="edgeStyle=orthogonalEdgeStyle;rounded=0;orthogonalLoop=1;jettySize=auto;html=1;entryX=0;entryY=0.5;entryDx=0;entryDy=0;fillColor=#d5e8d4;strokeColor=#82b366;" target="1icYn6jTHXc3_Vs5W4Qy-77">
          <mxGeometry relative="1" as="geometry">
            <Array as="points">
              <mxPoint x="460" y="370" />
              <mxPoint x="460" y="570" />
              <mxPoint x="300" y="570" />
              <mxPoint x="300" y="780" />
              <mxPoint x="80" y="780" />
              <mxPoint x="80" y="740" />
            </Array>
          </mxGeometry>
        </mxCell>
        <mxCell id="1icYn6jTHXc3_Vs5W4Qy-76" parent="1" style="shape=offPageConnector;whiteSpace=wrap;html=1;rotation=-90;fillColor=#d5e8d4;strokeColor=#82b366;" value="+" vertex="1">
          <mxGeometry height="80" width="80" x="360" y="330" as="geometry" />
        </mxCell>
        <mxCell id="1icYn6jTHXc3_Vs5W4Qy-80" edge="1" parent="1" source="1icYn6jTHXc3_Vs5W4Qy-77" style="edgeStyle=orthogonalEdgeStyle;rounded=0;orthogonalLoop=1;jettySize=auto;html=1;entryX=0;entryY=0.5;entryDx=0;entryDy=0;fillColor=#d5e8d4;strokeColor=#82b366;" target="1icYn6jTHXc3_Vs5W4Qy-68">
          <mxGeometry relative="1" as="geometry">
            <Array as="points">
              <mxPoint x="160" y="740" />
              <mxPoint x="160" y="700" />
              <mxPoint x="80" y="700" />
              <mxPoint x="80" y="660" />
            </Array>
          </mxGeometry>
        </mxCell>
        <mxCell id="1icYn6jTHXc3_Vs5W4Qy-81" edge="1" parent="1" source="1icYn6jTHXc3_Vs5W4Qy-77" style="edgeStyle=orthogonalEdgeStyle;rounded=0;orthogonalLoop=1;jettySize=auto;html=1;exitX=1;exitY=0.5;exitDx=0;exitDy=0;entryX=0;entryY=0.5;entryDx=0;entryDy=0;fillColor=#d5e8d4;strokeColor=#82b366;" target="1icYn6jTHXc3_Vs5W4Qy-67">
          <mxGeometry relative="1" as="geometry">
            <Array as="points">
              <mxPoint x="160" y="740" />
              <mxPoint x="160" y="700" />
              <mxPoint x="80" y="700" />
              <mxPoint x="80" y="600" />
            </Array>
          </mxGeometry>
        </mxCell>
        <mxCell id="1icYn6jTHXc3_Vs5W4Qy-82" edge="1" parent="1" source="1icYn6jTHXc3_Vs5W4Qy-77" style="edgeStyle=orthogonalEdgeStyle;rounded=0;orthogonalLoop=1;jettySize=auto;html=1;exitX=1;exitY=0.5;exitDx=0;exitDy=0;entryX=0;entryY=0.5;entryDx=0;entryDy=0;fillColor=#d5e8d4;strokeColor=#82b366;" target="1icYn6jTHXc3_Vs5W4Qy-61">
          <mxGeometry relative="1" as="geometry">
            <Array as="points">
              <mxPoint x="160" y="740" />
              <mxPoint x="160" y="700" />
              <mxPoint x="80" y="700" />
              <mxPoint x="80" y="500" />
            </Array>
          </mxGeometry>
        </mxCell>
        <mxCell id="1icYn6jTHXc3_Vs5W4Qy-83" edge="1" parent="1" source="1icYn6jTHXc3_Vs5W4Qy-77" style="edgeStyle=orthogonalEdgeStyle;rounded=0;orthogonalLoop=1;jettySize=auto;html=1;exitX=1;exitY=0.5;exitDx=0;exitDy=0;entryX=0;entryY=0.5;entryDx=0;entryDy=0;fillColor=#d5e8d4;strokeColor=#82b366;" target="1icYn6jTHXc3_Vs5W4Qy-53">
          <mxGeometry relative="1" as="geometry">
            <Array as="points">
              <mxPoint x="160" y="740" />
              <mxPoint x="160" y="700" />
              <mxPoint x="80" y="700" />
              <mxPoint x="80" y="420" />
            </Array>
          </mxGeometry>
        </mxCell>
        <mxCell id="1icYn6jTHXc3_Vs5W4Qy-84" edge="1" parent="1" source="1icYn6jTHXc3_Vs5W4Qy-77" style="edgeStyle=orthogonalEdgeStyle;rounded=0;orthogonalLoop=1;jettySize=auto;html=1;exitX=1;exitY=0.5;exitDx=0;exitDy=0;entryX=0;entryY=0.75;entryDx=0;entryDy=0;fillColor=#d5e8d4;strokeColor=#82b366;" target="1icYn6jTHXc3_Vs5W4Qy-49">
          <mxGeometry relative="1" as="geometry">
            <Array as="points">
              <mxPoint x="160" y="740" />
              <mxPoint x="160" y="700" />
              <mxPoint x="80" y="700" />
              <mxPoint x="80" y="360" />
              <mxPoint x="40" y="360" />
              <mxPoint x="40" y="330" />
            </Array>
          </mxGeometry>
        </mxCell>
        <mxCell id="1icYn6jTHXc3_Vs5W4Qy-86" edge="1" parent="1" source="1icYn6jTHXc3_Vs5W4Qy-77" style="edgeStyle=orthogonalEdgeStyle;rounded=0;orthogonalLoop=1;jettySize=auto;html=1;exitX=1;exitY=0.5;exitDx=0;exitDy=0;entryX=0.5;entryY=1;entryDx=0;entryDy=0;fillColor=#d5e8d4;strokeColor=#82b366;" target="1icYn6jTHXc3_Vs5W4Qy-85">
          <mxGeometry relative="1" as="geometry">
            <Array as="points">
              <mxPoint x="160" y="740" />
              <mxPoint x="160" y="705" />
            </Array>
          </mxGeometry>
        </mxCell>
        <mxCell id="1icYn6jTHXc3_Vs5W4Qy-88" edge="1" parent="1" source="1icYn6jTHXc3_Vs5W4Qy-77" style="edgeStyle=orthogonalEdgeStyle;rounded=0;orthogonalLoop=1;jettySize=auto;html=1;entryX=0.5;entryY=1;entryDx=0;entryDy=0;fillColor=#d5e8d4;strokeColor=#82b366;" target="1icYn6jTHXc3_Vs5W4Qy-36">
          <mxGeometry relative="1" as="geometry">
            <Array as="points">
              <mxPoint x="280" y="740" />
              <mxPoint x="280" y="260" />
              <mxPoint x="510" y="260" />
            </Array>
            <mxPoint x="280" y="270" as="targetPoint" />
          </mxGeometry>
        </mxCell>
        <mxCell id="1icYn6jTHXc3_Vs5W4Qy-77" parent="1" style="whiteSpace=wrap;html=1;aspect=fixed;fillColor=#d5e8d4;strokeColor=#82b366;" value="ACC" vertex="1">
          <mxGeometry height="40" width="40" x="99.97" y="720" as="geometry" />
        </mxCell>
        <mxCell id="1icYn6jTHXc3_Vs5W4Qy-78" parent="1" style="shape=offPageConnector;whiteSpace=wrap;html=1;rotation=90;fillColor=#d5e8d4;strokeColor=#82b366;" value="IO&lt;div&gt;ad&lt;/div&gt;" vertex="1">
          <mxGeometry height="30" width="20" x="200" y="645" as="geometry" />
        </mxCell>
        <mxCell id="1icYn6jTHXc3_Vs5W4Qy-85" parent="1" style="shape=offPageConnector;whiteSpace=wrap;html=1;rotation=90;fillColor=#d5e8d4;strokeColor=#82b366;" value="IO&lt;div&gt;out&lt;/div&gt;" vertex="1">
          <mxGeometry height="30" width="20" x="200" y="690" as="geometry" />
        </mxCell>
        <mxCell id="1icYn6jTHXc3_Vs5W4Qy-96" edge="1" parent="1" source="1icYn6jTHXc3_Vs5W4Qy-89" style="edgeStyle=orthogonalEdgeStyle;rounded=0;orthogonalLoop=1;jettySize=auto;html=1;exitX=1;exitY=0.5;exitDx=0;exitDy=0;entryX=0.75;entryY=0;entryDx=0;entryDy=0;fillColor=#d5e8d4;strokeColor=#82b366;" target="1icYn6jTHXc3_Vs5W4Qy-76">
          <mxGeometry relative="1" as="geometry" />
        </mxCell>
        <mxCell id="1icYn6jTHXc3_Vs5W4Qy-89" parent="1" style="triangle;whiteSpace=wrap;html=1;fillColor=#d5e8d4;strokeColor=#82b366;" value="" vertex="1">
          <mxGeometry height="40" width="20" x="319.97" y="330" as="geometry" />
        </mxCell>
        <mxCell id="1icYn6jTHXc3_Vs5W4Qy-97" edge="1" parent="1" source="1icYn6jTHXc3_Vs5W4Qy-77" style="edgeStyle=orthogonalEdgeStyle;rounded=0;orthogonalLoop=1;jettySize=auto;html=1;exitX=1;exitY=0.5;exitDx=0;exitDy=0;entryX=0.25;entryY=0;entryDx=0;entryDy=0;fillColor=#d5e8d4;strokeColor=#82b366;" target="1icYn6jTHXc3_Vs5W4Qy-76">
          <mxGeometry relative="1" as="geometry">
            <Array as="points">
              <mxPoint x="280" y="740" />
              <mxPoint x="280" y="530" />
              <mxPoint x="340" y="530" />
              <mxPoint x="340" y="390" />
            </Array>
          </mxGeometry>
        </mxCell>
        <mxCell id="1icYn6jTHXc3_Vs5W4Qy-99" edge="1" parent="1" source="1icYn6jTHXc3_Vs5W4Qy-98" style="edgeStyle=orthogonalEdgeStyle;rounded=0;orthogonalLoop=1;jettySize=auto;html=1;exitX=0;exitY=0.5;exitDx=0;exitDy=0;entryX=1;entryY=0.25;entryDx=0;entryDy=0;fillColor=#f8cecc;strokeColor=#b85450;" target="1icYn6jTHXc3_Vs5W4Qy-76">
          <mxGeometry relative="1" as="geometry" />
        </mxCell>
-         <mxCell id="1icYn6jTHXc3_Vs5W4Qy-103" edge="1" parent="1" source="1icYn6jTHXc3_Vs5W4Qy-98" style="edgeStyle=orthogonalEdgeStyle;rounded=0;orthogonalLoop=1;jettySize=auto;html=1;entryX=0.375;entryY=1;entryDx=0;entryDy=0;" target="1icYn6jTHXc3_Vs5W4Qy-40">
+         <mxCell id="1icYn6jTHXc3_Vs5W4Qy-103" edge="1" parent="1" source="1icYn6jTHXc3_Vs5W4Qy-98" style="edgeStyle=orthogonalEdgeStyle;rounded=0;orthogonalLoop=1;jettySize=auto;html=1;entryX=0.375;entryY=1;entryDx=0;entryDy=0;fillColor=#dae8fc;strokeColor=#6c8ebf;" target="1icYn6jTHXc3_Vs5W4Qy-40">
          <mxGeometry relative="1" as="geometry">
            <Array as="points">
              <mxPoint x="400" y="280" />
              <mxPoint x="765" y="280" />
            </Array>
            <mxPoint x="510" y="230" as="targetPoint" />
          </mxGeometry>
        </mxCell>
        <mxCell id="1icYn6jTHXc3_Vs5W4Qy-98" parent="1" style="whiteSpace=wrap;html=1;aspect=fixed;fillColor=#f8cecc;strokeColor=#b85450;" value="C" vertex="1">
          <mxGeometry height="20" width="20" x="389.97" y="290" as="geometry" />
        </mxCell>
        <mxCell id="1icYn6jTHXc3_Vs5W4Qy-108" parent="1" style="shape=offPageConnector;whiteSpace=wrap;html=1;rotation=0;fillColor=#d5e8d4;strokeColor=#82b366;" value="PQ" vertex="1">
          <mxGeometry height="30" width="20" x="210" y="300" as="geometry" />
        </mxCell>
        <mxCell id="RSVoAMM-YCQZnjBwv_DF-5" parent="1" style="triangle;whiteSpace=wrap;html=1;rotation=-90;fillColor=#e1d5e7;strokeColor=#9673a6;" value="" vertex="1">
          <mxGeometry height="40" width="20" x="70.12" y="149.97" as="geometry" />
        </mxCell>
        <mxCell id="RSVoAMM-YCQZnjBwv_DF-22" edge="1" parent="1" source="RSVoAMM-YCQZnjBwv_DF-9" style="edgeStyle=orthogonalEdgeStyle;rounded=0;orthogonalLoop=1;jettySize=auto;html=1;entryX=0;entryY=0.25;entryDx=0;entryDy=0;fillColor=#f8cecc;strokeColor=#b85450;" target="RSVoAMM-YCQZnjBwv_DF-21">
          <mxGeometry relative="1" as="geometry" />
        </mxCell>
        <mxCell id="RSVoAMM-YCQZnjBwv_DF-9" parent="1" style="shape=offPageConnector;whiteSpace=wrap;html=1;rotation=-90;fillColor=#f8cecc;strokeColor=#b85450;" value="+" vertex="1">
          <mxGeometry height="40" width="40" x="640" y="345" as="geometry" />
        </mxCell>
        <mxCell id="RSVoAMM-YCQZnjBwv_DF-28" edge="1" parent="1" source="RSVoAMM-YCQZnjBwv_DF-10" style="edgeStyle=orthogonalEdgeStyle;rounded=0;orthogonalLoop=1;jettySize=auto;html=1;entryX=0;entryY=0.75;entryDx=0;entryDy=0;fillColor=#f8cecc;strokeColor=#b85450;" target="RSVoAMM-YCQZnjBwv_DF-27">
          <mxGeometry relative="1" as="geometry" />
        </mxCell>
        <mxCell id="RSVoAMM-YCQZnjBwv_DF-10" parent="1" style="shape=offPageConnector;whiteSpace=wrap;html=1;rotation=-90;fillColor=#f8cecc;strokeColor=#b85450;" value="BW" vertex="1">
          <mxGeometry height="40" width="40" x="600" y="415" as="geometry" />
        </mxCell>
        <mxCell id="RSVoAMM-YCQZnjBwv_DF-12" edge="1" parent="1" source="RSVoAMM-YCQZnjBwv_DF-11" style="edgeStyle=orthogonalEdgeStyle;rounded=0;orthogonalLoop=1;jettySize=auto;html=1;entryX=0.75;entryY=0;entryDx=0;entryDy=0;fillColor=#f8cecc;strokeColor=#b85450;" target="RSVoAMM-YCQZnjBwv_DF-9">
          <mxGeometry relative="1" as="geometry">
            <Array as="points">
              <mxPoint x="580" y="340" />
              <mxPoint x="580" y="355" />
            </Array>
          </mxGeometry>
        </mxCell>
        <mxCell id="RSVoAMM-YCQZnjBwv_DF-13" edge="1" parent="1" source="RSVoAMM-YCQZnjBwv_DF-11" style="edgeStyle=orthogonalEdgeStyle;rounded=0;orthogonalLoop=1;jettySize=auto;html=1;exitX=0.5;exitY=1;exitDx=0;exitDy=0;entryX=0.75;entryY=0;entryDx=0;entryDy=0;fillColor=#f8cecc;strokeColor=#b85450;" target="RSVoAMM-YCQZnjBwv_DF-10">
          <mxGeometry relative="1" as="geometry">
            <Array as="points">
              <mxPoint x="580" y="340" />
              <mxPoint x="580" y="425" />
            </Array>
          </mxGeometry>
        </mxCell>
        <mxCell id="RSVoAMM-YCQZnjBwv_DF-24" edge="1" parent="1" source="RSVoAMM-YCQZnjBwv_DF-11" style="edgeStyle=orthogonalEdgeStyle;rounded=0;orthogonalLoop=1;jettySize=auto;html=1;entryX=0;entryY=0.25;entryDx=0;entryDy=0;fillColor=#f8cecc;strokeColor=#b85450;" target="RSVoAMM-YCQZnjBwv_DF-23">
          <mxGeometry relative="1" as="geometry">
            <Array as="points">
              <mxPoint x="580" y="340" />
              <mxPoint x="580" y="510" />
            </Array>
          </mxGeometry>
        </mxCell>
        <mxCell id="RSVoAMM-YCQZnjBwv_DF-25" edge="1" parent="1" source="RSVoAMM-YCQZnjBwv_DF-11" style="edgeStyle=orthogonalEdgeStyle;rounded=0;orthogonalLoop=1;jettySize=auto;html=1;entryX=0;entryY=0.75;entryDx=0;entryDy=0;fillColor=#f8cecc;strokeColor=#b85450;" target="RSVoAMM-YCQZnjBwv_DF-23">
          <mxGeometry relative="1" as="geometry">
            <Array as="points">
              <mxPoint x="580" y="340" />
              <mxPoint x="580" y="530" />
            </Array>
          </mxGeometry>
        </mxCell>
        <mxCell id="RSVoAMM-YCQZnjBwv_DF-30" edge="1" parent="1" source="RSVoAMM-YCQZnjBwv_DF-11" style="edgeStyle=orthogonalEdgeStyle;rounded=0;orthogonalLoop=1;jettySize=auto;html=1;entryX=0.5;entryY=0;entryDx=0;entryDy=0;fillColor=#f8cecc;strokeColor=#b85450;" target="RSVoAMM-YCQZnjBwv_DF-20">
          <mxGeometry relative="1" as="geometry">
            <Array as="points">
              <mxPoint x="580" y="340" />
              <mxPoint x="580" y="475" />
            </Array>
          </mxGeometry>
        </mxCell>
        <mxCell id="RSVoAMM-YCQZnjBwv_DF-11" parent="1" style="shape=offPageConnector;whiteSpace=wrap;html=1;rotation=-90;fillColor=#f8cecc;strokeColor=#b85450;" value="A" vertex="1">
          <mxGeometry height="30" width="20" x="509.97" y="325" as="geometry" />
        </mxCell>
        <mxCell id="RSVoAMM-YCQZnjBwv_DF-14" parent="1" style="shape=offPageConnector;whiteSpace=wrap;html=1;rotation=-90;fillColor=#f8cecc;strokeColor=#b85450;" value="-" vertex="1">
          <mxGeometry height="40" width="20" x="610" y="355" as="geometry" />
        </mxCell>
        <mxCell id="RSVoAMM-YCQZnjBwv_DF-16" edge="1" parent="1" source="RSVoAMM-YCQZnjBwv_DF-15" style="edgeStyle=orthogonalEdgeStyle;rounded=0;orthogonalLoop=1;jettySize=auto;html=1;entryX=0.25;entryY=0;entryDx=0;entryDy=0;fillColor=#f8cecc;strokeColor=#b85450;" target="RSVoAMM-YCQZnjBwv_DF-10">
          <mxGeometry relative="1" as="geometry">
            <Array as="points">
              <mxPoint x="560" y="490" />
              <mxPoint x="560" y="445" />
            </Array>
          </mxGeometry>
        </mxCell>
        <mxCell id="RSVoAMM-YCQZnjBwv_DF-17" edge="1" parent="1" source="RSVoAMM-YCQZnjBwv_DF-15" style="edgeStyle=orthogonalEdgeStyle;rounded=0;orthogonalLoop=1;jettySize=auto;html=1;entryX=0.5;entryY=0;entryDx=0;entryDy=0;fillColor=#f8cecc;strokeColor=#b85450;" target="RSVoAMM-YCQZnjBwv_DF-14">
          <mxGeometry relative="1" as="geometry">
            <Array as="points">
              <mxPoint x="560" y="490" />
              <mxPoint x="560" y="375" />
            </Array>
          </mxGeometry>
        </mxCell>
        <mxCell id="RSVoAMM-YCQZnjBwv_DF-15" parent="1" style="shape=offPageConnector;whiteSpace=wrap;html=1;rotation=-90;fillColor=#f8cecc;strokeColor=#b85450;" value="B" vertex="1">
          <mxGeometry height="30" width="20" x="509.97" y="475" as="geometry" />
        </mxCell>
        <mxCell id="RSVoAMM-YCQZnjBwv_DF-19" edge="1" parent="1" source="RSVoAMM-YCQZnjBwv_DF-18" style="edgeStyle=orthogonalEdgeStyle;rounded=0;orthogonalLoop=1;jettySize=auto;html=1;entryX=1;entryY=0.25;entryDx=0;entryDy=0;fillColor=#f8cecc;strokeColor=#b85450;" target="RSVoAMM-YCQZnjBwv_DF-10">
          <mxGeometry relative="1" as="geometry">
            <Array as="points">
              <mxPoint x="610" y="400" />
            </Array>
          </mxGeometry>
        </mxCell>
        <mxCell id="RSVoAMM-YCQZnjBwv_DF-18" parent="1" style="shape=offPageConnector;whiteSpace=wrap;html=1;rotation=-90;fillColor=#f8cecc;strokeColor=#b85450;" value="Poll" vertex="1">
          <mxGeometry height="30" width="20" x="509.97" y="385" as="geometry" />
        </mxCell>
        <mxCell id="RSVoAMM-YCQZnjBwv_DF-29" edge="1" parent="1" source="RSVoAMM-YCQZnjBwv_DF-20" style="edgeStyle=orthogonalEdgeStyle;rounded=0;orthogonalLoop=1;jettySize=auto;html=1;entryX=0;entryY=0.75;entryDx=0;entryDy=0;fillColor=#f8cecc;strokeColor=#b85450;" target="RSVoAMM-YCQZnjBwv_DF-27">
          <mxGeometry relative="1" as="geometry">
            <Array as="points">
              <mxPoint x="660" y="475" />
              <mxPoint x="660" y="435" />
            </Array>
            <mxPoint x="740" y="435" as="targetPoint" />
          </mxGeometry>
        </mxCell>
        <mxCell id="RSVoAMM-YCQZnjBwv_DF-20" parent="1" style="shape=offPageConnector;whiteSpace=wrap;html=1;rotation=-90;fillColor=#f8cecc;strokeColor=#b85450;" value="CMP" vertex="1">
          <mxGeometry height="40" width="20" x="610" y="455" as="geometry" />
        </mxCell>
        <mxCell id="RSVoAMM-YCQZnjBwv_DF-31" edge="1" parent="1" source="RSVoAMM-YCQZnjBwv_DF-21" style="edgeStyle=orthogonalEdgeStyle;rounded=0;orthogonalLoop=1;jettySize=auto;html=1;entryX=0;entryY=0.25;entryDx=0;entryDy=0;fillColor=#f8cecc;strokeColor=#b85450;" target="RSVoAMM-YCQZnjBwv_DF-27">
          <mxGeometry relative="1" as="geometry">
            <Array as="points">
              <mxPoint x="730" y="375" />
              <mxPoint x="730" y="415" />
            </Array>
          </mxGeometry>
        </mxCell>
        <mxCell id="RSVoAMM-YCQZnjBwv_DF-21" parent="1" style="triangle;whiteSpace=wrap;html=1;fillColor=#f8cecc;strokeColor=#b85450;" value="" vertex="1">
          <mxGeometry height="40" width="20" x="700" y="355" as="geometry" />
        </mxCell>
        <mxCell id="RSVoAMM-YCQZnjBwv_DF-26" edge="1" parent="1" source="RSVoAMM-YCQZnjBwv_DF-23" style="edgeStyle=orthogonalEdgeStyle;rounded=0;orthogonalLoop=1;jettySize=auto;html=1;entryX=0;entryY=0.75;entryDx=0;entryDy=0;fillColor=#f8cecc;strokeColor=#b85450;" target="RSVoAMM-YCQZnjBwv_DF-21">
          <mxGeometry relative="1" as="geometry">
            <Array as="points">
              <mxPoint x="680" y="520" />
              <mxPoint x="680" y="385" />
            </Array>
          </mxGeometry>
        </mxCell>
        <mxCell id="RSVoAMM-YCQZnjBwv_DF-23" parent="1" style="triangle;whiteSpace=wrap;html=1;fillColor=#f8cecc;strokeColor=#b85450;" value="" vertex="1">
          <mxGeometry height="40" width="20" x="610" y="500" as="geometry" />
        </mxCell>
        <mxCell id="RSVoAMM-YCQZnjBwv_DF-33" edge="1" parent="1" source="RSVoAMM-YCQZnjBwv_DF-27" style="edgeStyle=orthogonalEdgeStyle;rounded=0;orthogonalLoop=1;jettySize=auto;html=1;entryX=0.5;entryY=1;entryDx=0;entryDy=0;fillColor=#f8cecc;strokeColor=#b85450;" target="RSVoAMM-YCQZnjBwv_DF-32">
          <mxGeometry relative="1" as="geometry" />
        </mxCell>
        <mxCell id="RSVoAMM-YCQZnjBwv_DF-27" parent="1" style="triangle;whiteSpace=wrap;html=1;fillColor=#f8cecc;strokeColor=#b85450;" value="" vertex="1">
          <mxGeometry height="40" width="20" x="750" y="405" as="geometry" />
        </mxCell>
        <mxCell id="RSVoAMM-YCQZnjBwv_DF-32" parent="1" style="shape=offPageConnector;whiteSpace=wrap;html=1;rotation=90;size=0.5;fillColor=#f8cecc;strokeColor=#b85450;" value="Q" vertex="1">
          <mxGeometry height="30" width="20" x="790" y="410" as="geometry" />
        </mxCell>
        <mxCell id="-Gi4aZ1G2hrnsYfgi-0J-6" parent="1" style="triangle;whiteSpace=wrap;html=1;rotation=0;fillColor=#e1d5e7;strokeColor=#9673a6;" value="" vertex="1">
          <mxGeometry height="70" width="20" x="239.97" y="54.97" as="geometry" />
        </mxCell>
      </root>
    </mxGraphModel>
  </diagram>
</mxfile>
